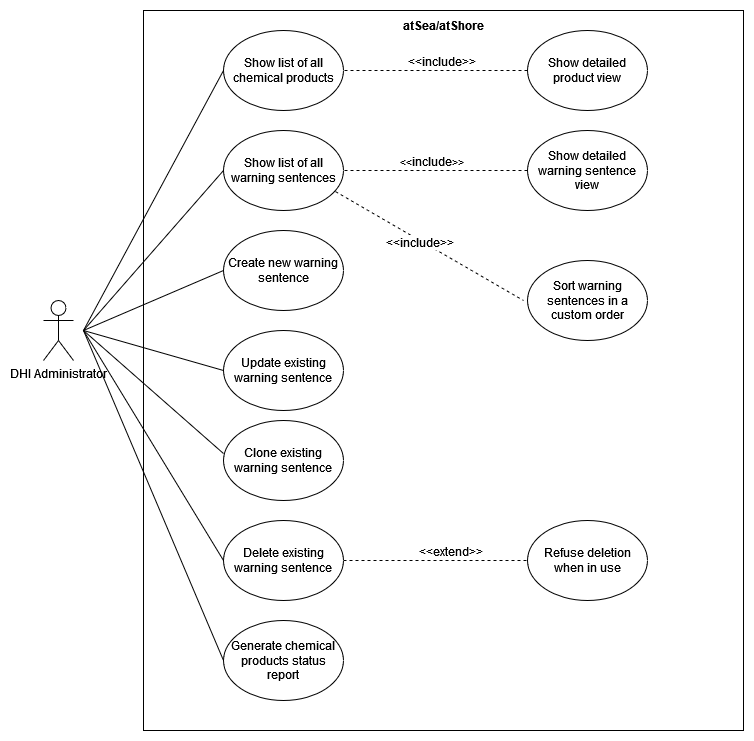
Before: images/Use Case Diagram.png, a diagram exported from draw.io (FrederikBA/bachelor-monolithic-poc). Source tidied: cells renumbered, new cells last; positions are measured from the earlier drawing's top-left corner, leaving out a move shared by most shapes. Its diagram source:
```xml
<mxGraphModel>
  <root>
    <mxCell id="0" />
    <mxCell id="1" parent="0" />
    <mxCell id="2" style="rounded=0;whiteSpace=wrap;html=1;" parent="1" vertex="1">
      <mxGeometry x="100" width="600" height="720" as="geometry" />
    </mxCell>
    <mxCell id="3" value="&lt;b&gt;atSea/atShore&lt;br&gt;&lt;/b&gt;" style="text;html=1;align=center;verticalAlign=middle;strokeColor=none;fillColor=none;" parent="1" vertex="1">
      <mxGeometry x="350" width="100" height="30" as="geometry" />
    </mxCell>
    <mxCell id="4" style="rounded=0;jettySize=auto;html=1;entryX=0;entryY=0.5;entryDx=0;entryDy=0;endArrow=none;endFill=0;" parent="1" edge="1" target="11">
      <mxGeometry relative="1" as="geometry">
        <mxPoint x="40" y="320" as="sourcePoint" />
      </mxGeometry>
    </mxCell>
    <mxCell id="5" style="rounded=0;jettySize=auto;html=1;entryX=0;entryY=0.5;entryDx=0;entryDy=0;endArrow=none;endFill=0;" parent="1" edge="1" target="15">
      <mxGeometry relative="1" as="geometry">
        <mxPoint x="40" y="320" as="sourcePoint" />
      </mxGeometry>
    </mxCell>
    <mxCell id="6" style="rounded=0;jettySize=auto;html=1;entryX=0;entryY=0.5;entryDx=0;entryDy=0;endArrow=none;endFill=0;" parent="1" edge="1" target="22">
      <mxGeometry relative="1" as="geometry">
        <mxPoint x="40" y="320" as="sourcePoint" />
      </mxGeometry>
    </mxCell>
    <mxCell id="7" style="rounded=0;jettySize=auto;html=1;entryX=0;entryY=0.5;entryDx=0;entryDy=0;endArrow=none;endFill=0;" parent="1" edge="1" target="23">
      <mxGeometry relative="1" as="geometry">
        <mxPoint x="40" y="320" as="sourcePoint" />
      </mxGeometry>
    </mxCell>
    <mxCell id="8" style="rounded=0;jettySize=auto;html=1;entryX=0;entryY=0.5;entryDx=0;entryDy=0;endArrow=none;endFill=0;" parent="1" edge="1" target="26">
      <mxGeometry relative="1" as="geometry">
        <mxPoint x="40" y="320" as="sourcePoint" />
      </mxGeometry>
    </mxCell>
    <mxCell id="9" style="rounded=0;jettySize=auto;html=1;entryX=0;entryY=0.5;entryDx=0;entryDy=0;endArrow=none;endFill=0;" parent="1" edge="1" target="28">
      <mxGeometry relative="1" as="geometry">
        <mxPoint x="40" y="320" as="sourcePoint" />
      </mxGeometry>
    </mxCell>
    <mxCell id="10" value="DHI Administrator" style="shape=umlActor;verticalLabelPosition=bottom;verticalAlign=top;html=1;" parent="1" vertex="1">
      <mxGeometry y="290" width="30" height="60" as="geometry" />
    </mxCell>
    <mxCell id="11" value="Show list of all chemical products" style="ellipse;whiteSpace=wrap;html=1;" parent="1" vertex="1">
      <mxGeometry x="180" y="20" width="120" height="80" as="geometry" />
    </mxCell>
    <mxCell id="12" style="edgeStyle=orthogonalEdgeStyle;rounded=0;jettySize=auto;html=1;dashed=1;endArrow=none;endFill=0;" parent="1" edge="1" source="14" target="11">
      <mxGeometry relative="1" as="geometry" />
    </mxCell>
    <mxCell id="13" value="&amp;lt;&amp;lt;include&amp;gt;&amp;gt;" style="edgeLabel;html=1;align=center;verticalAlign=middle;fontSize=12;" parent="12" vertex="1">
      <mxGeometry x="-0.07" relative="1" as="geometry">
        <mxPoint x="-2" y="-10" as="offset" />
      </mxGeometry>
    </mxCell>
    <mxCell id="14" value="Show detailed product view" style="ellipse;whiteSpace=wrap;html=1;" parent="1" vertex="1">
      <mxGeometry x="484" y="20" width="120" height="80" as="geometry" />
    </mxCell>
    <mxCell id="15" value="Show list of all warning sentences" style="ellipse;whiteSpace=wrap;html=1;" parent="1" vertex="1">
      <mxGeometry x="180" y="120" width="120" height="80" as="geometry" />
    </mxCell>
    <mxCell id="16" style="edgeStyle=orthogonalEdgeStyle;rounded=0;jettySize=auto;html=1;entryX=1;entryY=0.5;entryDx=0;entryDy=0;endArrow=none;endFill=0;dashed=1;" parent="1" edge="1" source="18" target="15">
      <mxGeometry relative="1" as="geometry" />
    </mxCell>
    <mxCell id="17" value="&amp;lt;&amp;lt;&lt;font style=&quot;font-size: 12px;&quot;&gt;include&lt;/font&gt;&amp;gt;&amp;gt;" style="edgeLabel;html=1;align=center;verticalAlign=middle;" parent="16" vertex="1">
      <mxGeometry x="0.13" y="3" relative="1" as="geometry">
        <mxPoint x="7" y="-13" as="offset" />
      </mxGeometry>
    </mxCell>
    <mxCell id="18" value="Show detailed warning sentence view" style="ellipse;whiteSpace=wrap;html=1;" parent="1" vertex="1">
      <mxGeometry x="484" y="120" width="120" height="80" as="geometry" />
    </mxCell>
    <mxCell id="19" value="Sort warning sentences in a custom order" style="ellipse;whiteSpace=wrap;html=1;" parent="1" vertex="1">
      <mxGeometry x="484" y="250" width="120" height="80" as="geometry" />
    </mxCell>
    <mxCell id="20" style="rounded=0;jettySize=auto;html=1;exitX=0.933;exitY=0.763;exitDx=0;exitDy=0;exitPerimeter=0;dashed=1;endArrow=none;endFill=0;" parent="1" edge="1" source="15">
      <mxGeometry relative="1" as="geometry">
        <mxPoint x="480" y="290" as="targetPoint" />
      </mxGeometry>
    </mxCell>
    <mxCell id="21" value="&lt;font style=&quot;font-size: 12px;&quot;&gt;&amp;lt;&amp;lt;include&amp;gt;&amp;gt;&lt;/font&gt;" style="edgeLabel;html=1;align=center;verticalAlign=middle;" parent="20" vertex="1">
      <mxGeometry x="-0.1" y="-2" relative="1" as="geometry" />
    </mxCell>
    <mxCell id="22" value="Create new warning sentence" style="ellipse;whiteSpace=wrap;html=1;" parent="1" vertex="1">
      <mxGeometry x="180" y="220" width="120" height="80" as="geometry" />
    </mxCell>
    <mxCell id="23" value="Update existing warning sentence" style="ellipse;whiteSpace=wrap;html=1;" parent="1" vertex="1">
      <mxGeometry x="180" y="320" width="120" height="80" as="geometry" />
    </mxCell>
    <mxCell id="24" style="rounded=0;jettySize=auto;html=1;entryX=0;entryY=0.5;entryDx=0;entryDy=0;endArrow=none;endFill=0;dashed=1;" parent="1" edge="1" source="26" target="27">
      <mxGeometry relative="1" as="geometry" />
    </mxCell>
    <mxCell id="25" value="&lt;font style=&quot;font-size: 12px;&quot;&gt;&amp;lt;&amp;lt;extend&amp;gt;&amp;gt;&lt;/font&gt;" style="edgeLabel;html=1;align=center;verticalAlign=middle;" parent="24" vertex="1">
      <mxGeometry x="0.36" y="-1" relative="1" as="geometry">
        <mxPoint x="-19" y="-11" as="offset" />
      </mxGeometry>
    </mxCell>
    <mxCell id="26" value="Delete existing warning sentence" style="ellipse;whiteSpace=wrap;html=1;" parent="1" vertex="1">
      <mxGeometry x="180" y="510" width="120" height="80" as="geometry" />
    </mxCell>
    <mxCell id="27" value="Refuse deletion when in use" style="ellipse;whiteSpace=wrap;html=1;" parent="1" vertex="1">
      <mxGeometry x="484" y="510" width="120" height="80" as="geometry" />
    </mxCell>
    <mxCell id="28" value="Generate chemical products status report" style="ellipse;whiteSpace=wrap;html=1;" parent="1" vertex="1">
      <mxGeometry x="180" y="610" width="120" height="80" as="geometry" />
    </mxCell>
    <mxCell id="29" value="Clone existing warning sentence" style="ellipse;whiteSpace=wrap;html=1;" parent="1" vertex="1">
      <mxGeometry x="180" y="410" width="120" height="80" as="geometry" />
    </mxCell>
    <mxCell id="30" style="rounded=0;jettySize=auto;html=1;entryX=0;entryY=0.413;entryDx=0;entryDy=0;entryPerimeter=0;endArrow=none;endFill=0;" parent="1" edge="1" target="29">
      <mxGeometry relative="1" as="geometry">
        <mxPoint x="40" y="320" as="sourcePoint" />
      </mxGeometry>
    </mxCell>
  </root>
</mxGraphModel>
```
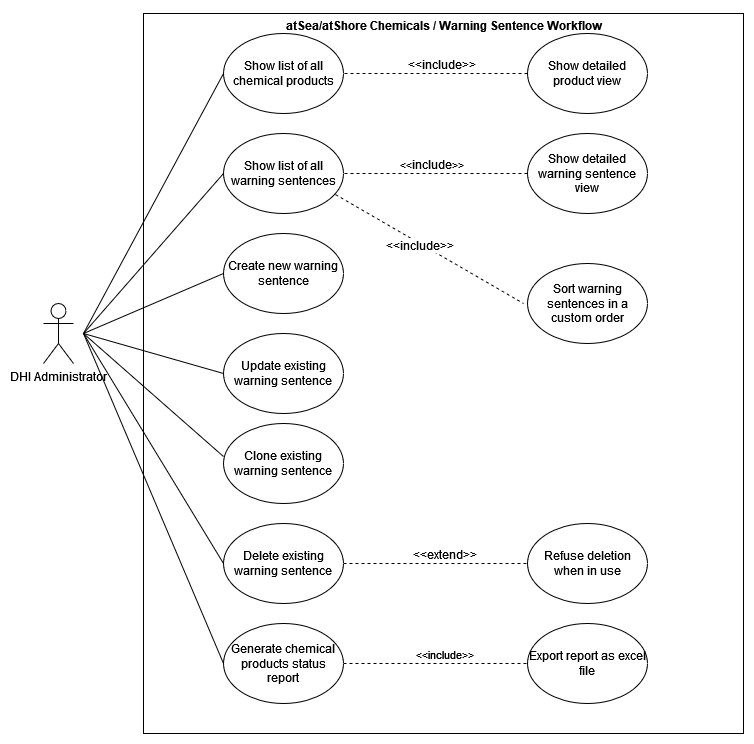
Later version of the same file.

Commit message:
update use case

The edit, as a diff of the source:
```diff
@@ -5,8 +5,8 @@
     <mxCell id="2" style="rounded=0;whiteSpace=wrap;html=1;" parent="1" vertex="1">
       <mxGeometry x="100" width="600" height="720" as="geometry" />
     </mxCell>
-    <mxCell id="3" value="&lt;b&gt;atSea/atShore&lt;br&gt;&lt;/b&gt;" style="text;html=1;align=center;verticalAlign=middle;strokeColor=none;fillColor=none;" parent="1" vertex="1">
-      <mxGeometry x="350" width="100" height="30" as="geometry" />
+    <mxCell id="3" value="&lt;b&gt;atSea/atShore Chemicals / Warning Sentence Workflow&lt;br&gt;&lt;/b&gt;" style="text;html=1;align=center;verticalAlign=middle;strokeColor=none;fillColor=none;" parent="1" vertex="1">
+      <mxGeometry x="230" y="-3" width="340" height="30" as="geometry" />
     </mxCell>
     <mxCell id="4" style="rounded=0;jettySize=auto;html=1;entryX=0;entryY=0.5;entryDx=0;entryDy=0;endArrow=none;endFill=0;" parent="1" edge="1" target="11">
       <mxGeometry relative="1" as="geometry">
@@ -91,7 +91,7 @@
     </mxCell>
     <mxCell id="25" value="&lt;font style=&quot;font-size: 12px;&quot;&gt;&amp;lt;&amp;lt;extend&amp;gt;&amp;gt;&lt;/font&gt;" style="edgeLabel;html=1;align=center;verticalAlign=middle;" parent="24" vertex="1">
       <mxGeometry x="0.36" y="-1" relative="1" as="geometry">
-        <mxPoint x="-19" y="-11" as="offset" />
+        <mxPoint x="-25" y="-11" as="offset" />
       </mxGeometry>
     </mxCell>
     <mxCell id="26" value="Delete existing warning sentence" style="ellipse;whiteSpace=wrap;html=1;" parent="1" vertex="1">
@@ -100,6 +100,14 @@
     <mxCell id="27" value="Refuse deletion when in use" style="ellipse;whiteSpace=wrap;html=1;" parent="1" vertex="1">
       <mxGeometry x="484" y="510" width="120" height="80" as="geometry" />
     </mxCell>
+    <mxCell id="31" style="edgeStyle=orthogonalEdgeStyle;rounded=0;jettySize=auto;html=1;dashed=1;endArrow=none;endFill=0;" parent="1" edge="1" source="28" target="33">
+      <mxGeometry relative="1" as="geometry" />
+    </mxCell>
+    <mxCell id="32" value="&amp;lt;&amp;lt;include&amp;gt;&amp;gt;" style="edgeLabel;html=1;align=center;verticalAlign=middle;" parent="31" vertex="1">
+      <mxGeometry x="0.02" y="-1" relative="1" as="geometry">
+        <mxPoint x="6" y="-11" as="offset" />
+      </mxGeometry>
+    </mxCell>
     <mxCell id="28" value="Generate chemical products status report" style="ellipse;whiteSpace=wrap;html=1;" parent="1" vertex="1">
       <mxGeometry x="180" y="610" width="120" height="80" as="geometry" />
     </mxCell>
@@ -111,5 +119,8 @@
         <mxPoint x="40" y="320" as="sourcePoint" />
       </mxGeometry>
     </mxCell>
+    <mxCell id="33" value="Export report as excel file" style="ellipse;whiteSpace=wrap;html=1;" parent="1" vertex="1">
+      <mxGeometry x="484" y="610" width="120" height="80" as="geometry" />
+    </mxCell>
   </root>
 </mxGraphModel>
```
